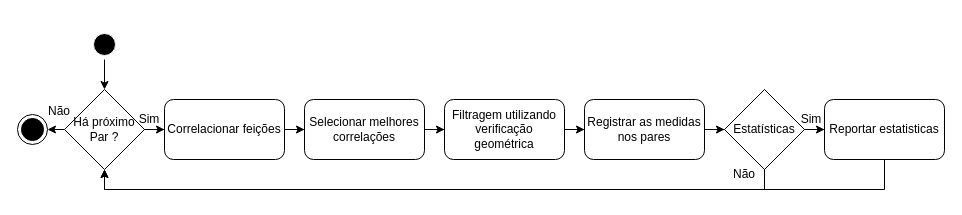
The draw.io diagram page "Fluxo_Pares" (4 of 6) of Final_Diagrams.drawio in tatorj/Tcc, before the edit. Source tidied: cells renumbered, new cells numbered last; positions are measured from the earlier drawing's top-left corner, leaving out a move shared by most shapes. Both pictures are drawn from the tidied source at 100%, with x=0, y=0 at pixel (17, 29).
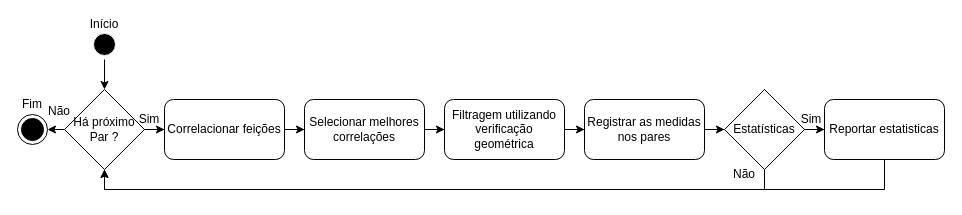
The same page after the edit.

The edit, as a diff of the source:
```diff
@@
+    <mxCell id="25" value="Início" style="text;html=1;strokeColor=none;fillColor=none;align=center;verticalAlign=middle;whiteSpace=wrap;rounded=0;" parent="1" vertex="1">
+      <mxGeometry x="72" y="-10" width="30" height="10" as="geometry" />
+    </mxCell>
+    <mxCell id="26" value="Fim" style="text;html=1;strokeColor=none;fillColor=none;align=center;verticalAlign=middle;whiteSpace=wrap;rounded=0;" parent="1" vertex="1">
+      <mxGeometry x="5" y="70" width="20" height="10" as="geometry" />
+    </mxCell>
```
